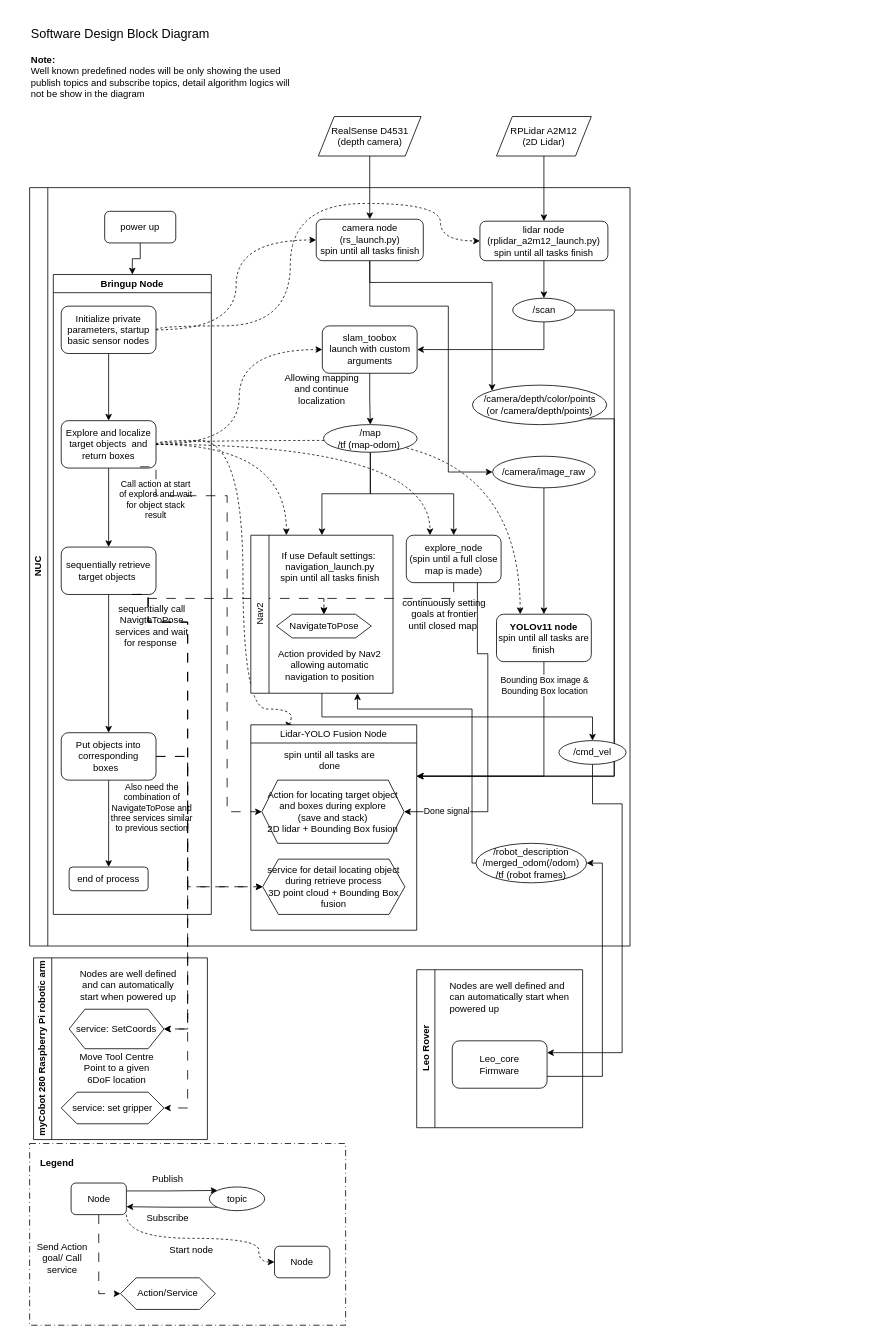
The draw.io diagram page "第 1 页" (1 of 2) of CW4_preliminary_design_review/Block_diagrams/software_design/CW4_software_designV2.drawio in longchuanYoRHa/Group12_team_space, before the edit. Source tidied: cells renumbered, new cells numbered last; positions are measured from the earlier drawing's top-left corner, leaving out a move shared by most shapes. Both pictures are drawn from the tidied source at 79%, with x=0, y=0 at pixel (13, 13).
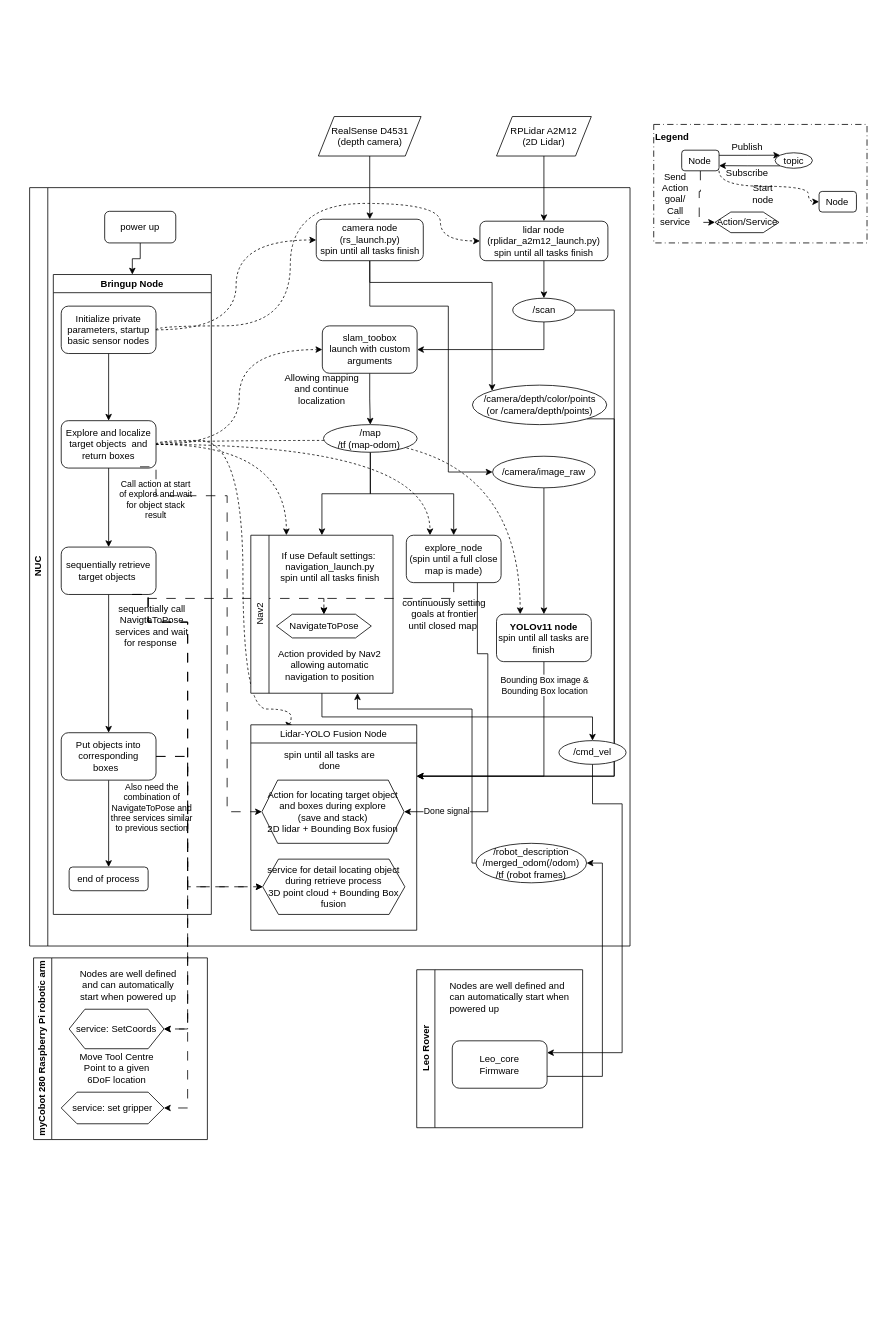
Above is the later version.

Commit message (it also covers changes not shown here):
Update system block diagram: enhanced visual elements, added labels, and removed outdated PDF

The edit, as a diff of the source:
```diff
@@
-    <mxCell id="2" style="rounded=0;whiteSpace=wrap;html=1;dashed=1;dashPattern=8 4 1 4;" parent="1" vertex="1">
-      <mxGeometry x="20" y="1430" width="400" height="230" as="geometry" />
-    </mxCell>
-    <mxCell id="3" value="&lt;font style=&quot;font-size: 16px;&quot;&gt;Software Design Block Diagram&lt;/font&gt;" style="text;html=1;whiteSpace=wrap;strokeColor=none;fillColor=none;align=center;verticalAlign=middle;rounded=0;" parent="1" vertex="1">
-      <mxGeometry width="270" height="50" as="geometry" />
-    </mxCell>
-    <mxCell id="4" value="&lt;div&gt;&lt;b&gt;Note:&lt;/b&gt;&lt;/div&gt;Well known predefined nodes will be only showing the used publish topics and subscribe topics, detail algorithm logics will not be show in the diagram" style="text;html=1;whiteSpace=wrap;strokeColor=none;fillColor=none;align=left;verticalAlign=middle;rounded=0;" parent="1" vertex="1">
-      <mxGeometry x="20" y="50" width="340" height="60" as="geometry" />
-    </mxCell>
@@
-    <mxCell id="87" style="edgeStyle=orthogonalEdgeStyle;rounded=0;jettySize=auto;html=1;exitX=1;exitY=0.25;exitDx=0;exitDy=0;entryX=0;entryY=0;entryDx=0;entryDy=0;" parent="1" edge="1" source="90" target="93">
-      <mxGeometry relative="1" as="geometry" />
-    </mxCell>
-    <mxCell id="88" style="edgeStyle=orthogonalEdgeStyle;rounded=0;jettySize=auto;html=1;exitX=0.5;exitY=1;exitDx=0;exitDy=0;entryX=0;entryY=0.5;entryDx=0;entryDy=0;dashed=1;dashPattern=12 12;" parent="1" edge="1" source="90" target="96">
-      <mxGeometry relative="1" as="geometry" />
-    </mxCell>
-    <mxCell id="89" style="edgeStyle=orthogonalEdgeStyle;rounded=0;jettySize=auto;html=1;exitX=1;exitY=1;exitDx=0;exitDy=0;entryX=0;entryY=0.5;entryDx=0;entryDy=0;curved=1;dashed=1;" parent="1" edge="1" source="90" target="98">
-      <mxGeometry relative="1" as="geometry">
-        <Array as="points">
-          <mxPoint x="142" y="1550" />
-          <mxPoint x="310" y="1550" />
-          <mxPoint x="310" y="1580" />
-        </Array>
-      </mxGeometry>
-    </mxCell>
-    <mxCell id="90" value="Node" style="rounded=1;whiteSpace=wrap;html=1;" parent="1" vertex="1">
-      <mxGeometry x="72.5" y="1480" width="70" height="40" as="geometry" />
-    </mxCell>
+    <mxCell id="100" style="group;" parent="1" vertex="1">
+      <mxGeometry x="810" y="140" width="270" height="150" as="geometry" />
+    </mxCell>
+    <mxCell id="101" style="rounded=0;whiteSpace=wrap;html=1;dashed=1;dashPattern=8 4 1 4;" parent="100" vertex="1">
+      <mxGeometry width="270" height="150" as="geometry" />
+    </mxCell>
+    <mxCell id="102" style="edgeStyle=orthogonalEdgeStyle;rounded=0;jettySize=auto;html=1;exitX=1;exitY=0.25;exitDx=0;exitDy=0;entryX=0;entryY=0;entryDx=0;entryDy=0;" parent="100" edge="1" source="105" target="93">
+      <mxGeometry relative="1" as="geometry" />
+    </mxCell>
+    <mxCell id="103" style="edgeStyle=orthogonalEdgeStyle;rounded=0;jettySize=auto;html=1;exitX=0.5;exitY=1;exitDx=0;exitDy=0;entryX=0;entryY=0.5;entryDx=0;entryDy=0;dashed=1;dashPattern=12 12;" parent="100" edge="1" source="105" target="96">
+      <mxGeometry relative="1" as="geometry" />
+    </mxCell>
+    <mxCell id="104" style="edgeStyle=orthogonalEdgeStyle;rounded=0;jettySize=auto;html=1;exitX=1;exitY=1;exitDx=0;exitDy=0;entryX=0;entryY=0.5;entryDx=0;entryDy=0;curved=1;dashed=1;" parent="100" edge="1" source="105" target="107">
+      <mxGeometry relative="1" as="geometry">
+        <Array as="points">
+          <mxPoint x="82.4" y="78.3" />
+          <mxPoint x="195.8" y="78.3" />
+          <mxPoint x="195.8" y="97.8" />
+        </Array>
+      </mxGeometry>
+    </mxCell>
+    <mxCell id="105" value="Node" style="rounded=1;whiteSpace=wrap;html=1;" parent="100" vertex="1">
+      <mxGeometry x="35.4" y="32.6" width="47.3" height="26.1" as="geometry" />
+    </mxCell>
-    <mxCell id="91" value="&lt;b&gt;Legend&lt;/b&gt;" style="text;html=1;whiteSpace=wrap;strokeColor=none;fillColor=none;align=center;verticalAlign=middle;rounded=0;" parent="1" vertex="1">
-      <mxGeometry x="25" y="1440" width="60" height="30" as="geometry" />
+    <mxCell id="91" value="&lt;b&gt;Legend&lt;/b&gt;" style="text;html=1;whiteSpace=wrap;strokeColor=none;fillColor=none;align=center;verticalAlign=middle;rounded=0;" parent="100" vertex="1">
+      <mxGeometry x="3.4" y="6.5" width="40.5" height="19.6" as="geometry" />
     </mxCell>
-    <mxCell id="92" style="edgeStyle=orthogonalEdgeStyle;rounded=0;jettySize=auto;html=1;exitX=0;exitY=1;exitDx=0;exitDy=0;entryX=1;entryY=0.75;entryDx=0;entryDy=0;" parent="1" edge="1" source="93" target="90">
-      <mxGeometry relative="1" as="geometry" />
-    </mxCell>
+    <mxCell id="106" style="edgeStyle=orthogonalEdgeStyle;rounded=0;jettySize=auto;html=1;exitX=0;exitY=1;exitDx=0;exitDy=0;entryX=1;entryY=0.75;entryDx=0;entryDy=0;" parent="100" edge="1" source="93" target="105">
+      <mxGeometry relative="1" as="geometry" />
+    </mxCell>
-    <mxCell id="93" value="topic" style="ellipse;whiteSpace=wrap;html=1;" parent="1" vertex="1">
-      <mxGeometry x="247.5" y="1485" width="70" height="30" as="geometry" />
+    <mxCell id="93" value="topic" style="ellipse;whiteSpace=wrap;html=1;" parent="100" vertex="1">
+      <mxGeometry x="153.6" y="35.9" width="47.3" height="19.6" as="geometry" />
     </mxCell>
-    <mxCell id="94" value="Publish" style="text;html=1;whiteSpace=wrap;strokeColor=none;fillColor=none;align=center;verticalAlign=middle;rounded=0;" parent="1" vertex="1">
-      <mxGeometry x="165" y="1460" width="60" height="30" as="geometry" />
+    <mxCell id="94" value="Publish" style="text;html=1;whiteSpace=wrap;strokeColor=none;fillColor=none;align=center;verticalAlign=middle;rounded=0;" parent="100" vertex="1">
+      <mxGeometry x="97.9" y="19.6" width="40.5" height="19.6" as="geometry" />
     </mxCell>
-    <mxCell id="95" value="Subscribe" style="text;html=1;whiteSpace=wrap;strokeColor=none;fillColor=none;align=center;verticalAlign=middle;rounded=0;" parent="1" vertex="1">
-      <mxGeometry x="165" y="1510" width="60" height="30" as="geometry" />
+    <mxCell id="95" value="Subscribe" style="text;html=1;whiteSpace=wrap;strokeColor=none;fillColor=none;align=center;verticalAlign=middle;rounded=0;" parent="100" vertex="1">
+      <mxGeometry x="97.9" y="52.2" width="40.5" height="19.6" as="geometry" />
     </mxCell>
-    <mxCell id="96" value="Action/Service" style="shape=hexagon;perimeter=hexagonPerimeter2;whiteSpace=wrap;html=1;fixedSize=1;" parent="1" vertex="1">
-      <mxGeometry x="135" y="1600" width="120" height="40" as="geometry" />
+    <mxCell id="96" value="Action/Service" style="shape=hexagon;perimeter=hexagonPerimeter2;whiteSpace=wrap;html=1;fixedSize=1;" parent="100" vertex="1">
+      <mxGeometry x="77.6" y="110.9" width="81" height="26.1" as="geometry" />
     </mxCell>
-    <mxCell id="97" value="Send Action goal/ Call service" style="text;html=1;whiteSpace=wrap;strokeColor=none;fillColor=none;align=center;verticalAlign=middle;rounded=0;" parent="1" vertex="1">
-      <mxGeometry x="25" y="1560" width="72.5" height="30" as="geometry" />
+    <mxCell id="97" value="Send Action goal/ Call service" style="text;html=1;whiteSpace=wrap;strokeColor=none;fillColor=none;align=center;verticalAlign=middle;rounded=0;" parent="100" vertex="1">
+      <mxGeometry x="3.4" y="84.8" width="48.9" height="19.6" as="geometry" />
     </mxCell>
-    <mxCell id="98" value="Node" style="rounded=1;whiteSpace=wrap;html=1;" parent="1" vertex="1">
-      <mxGeometry x="330" y="1560" width="70" height="40" as="geometry" />
-    </mxCell>
+    <mxCell id="107" value="Node" style="rounded=1;whiteSpace=wrap;html=1;" parent="100" vertex="1">
+      <mxGeometry x="209.3" y="84.8" width="47.3" height="26.1" as="geometry" />
+    </mxCell>
-    <mxCell id="99" value="Start node" style="text;html=1;whiteSpace=wrap;strokeColor=none;fillColor=none;align=center;verticalAlign=middle;rounded=0;" parent="1" vertex="1">
-      <mxGeometry x="195" y="1550" width="60" height="30" as="geometry" />
+    <mxCell id="99" value="Start node" style="text;html=1;whiteSpace=wrap;strokeColor=none;fillColor=none;align=center;verticalAlign=middle;rounded=0;" parent="100" vertex="1">
+      <mxGeometry x="118.1" y="78.3" width="40.5" height="19.6" as="geometry" />
     </mxCell>
```
